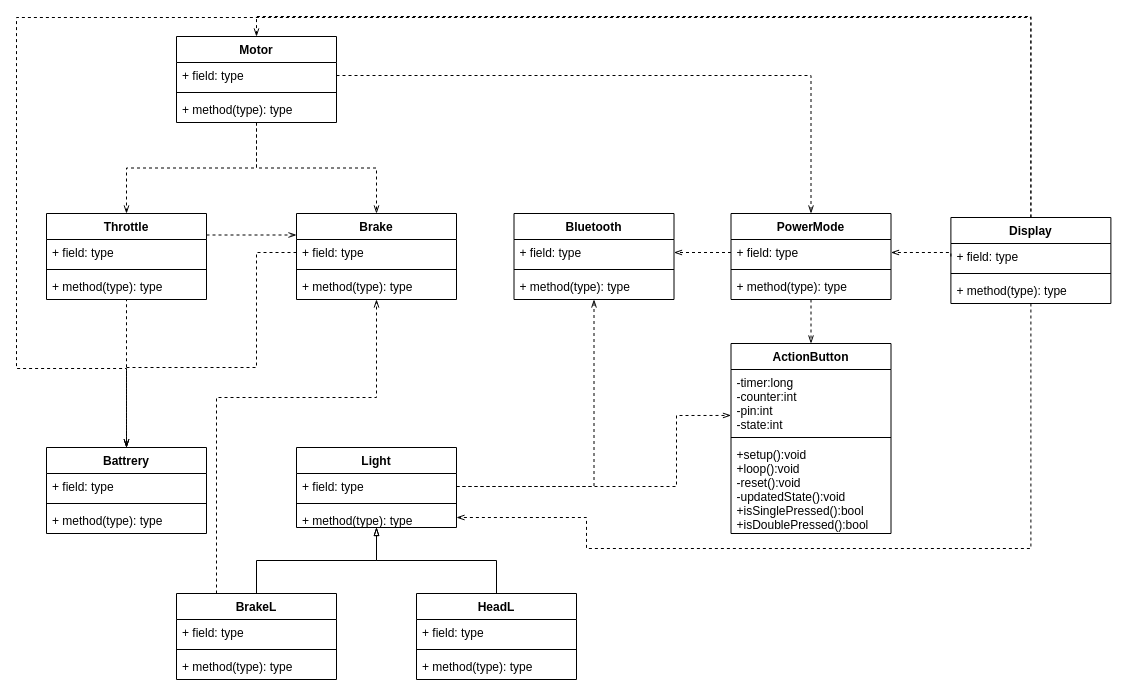
Before: doc/class diagram.drawio in LucasCoraca/M365-Unlocked, a draw.io diagram. Source tidied: cells renumbered, new cells numbered last; positions are measured from the earlier drawing's top-left corner, leaving out a move shared by most shapes. Both pictures are drawn from the tidied source at 100%, with x=0, y=0 at pixel (16, 17).
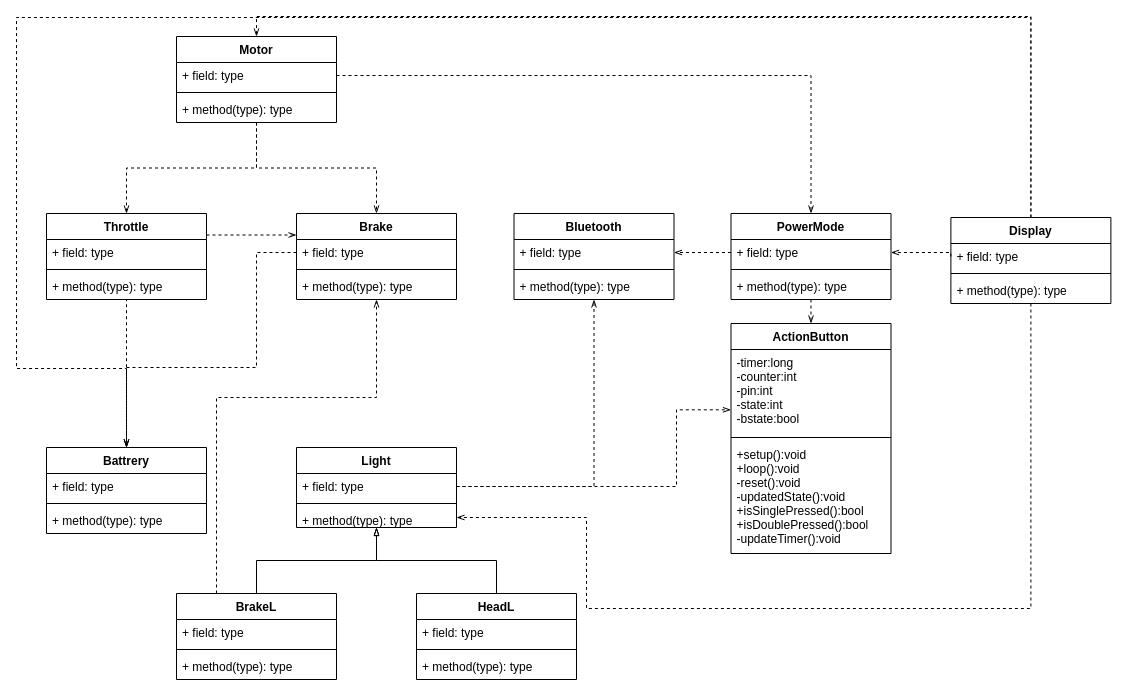
Above is the later version.

Unchanged cells that the change refers to:
```xml
<mxCell id="22" value="+ field: type" style="text;strokeColor=none;fillColor=none;align=left;verticalAlign=top;spacingLeft=4;spacingRight=4;overflow=hidden;points=[[0,0.5],[1,0.5]];portConstraint=eastwest;" parent="21" vertex="1">
  <mxGeometry y="26" width="160" height="26" as="geometry" />
</mxCell>
<mxCell id="24" value="+ method(type): type" style="text;strokeColor=none;fillColor=none;align=left;verticalAlign=top;spacingLeft=4;spacingRight=4;overflow=hidden;points=[[0,0.5],[1,0.5]];portConstraint=eastwest;" parent="21" vertex="1">
  <mxGeometry y="60" width="160" height="20" as="geometry" />
</mxCell>
<mxCell id="39" value="Display" style="swimlane;fontStyle=1;align=center;verticalAlign=top;horizontal=1;startSize=26;" parent="1" vertex="1">
  <mxGeometry x="934.4" y="200" width="160" height="86" as="geometry" />
</mxCell>
```

The edit, as a diff of the source:
```diff
@@
     <mxCell id="37" style="edgeStyle=orthogonalEdgeStyle;rounded=0;jettySize=auto;html=1;exitX=0.5;exitY=1;exitDx=0;exitDy=0;entryX=1;entryY=0.5;entryDx=0;entryDy=0;dashed=1;startArrow=none;startFill=0;endArrow=openThin;endFill=0;" parent="1" edge="1" source="39" target="24">
       <mxGeometry relative="1" as="geometry">
         <Array as="points">
-          <mxPoint x="1014" y="531" />
-          <mxPoint x="570" y="531" />
+          <mxPoint x="1014" y="591" />
+          <mxPoint x="570" y="591" />
           <mxPoint x="570" y="500" />
         </Array>
       </mxGeometry>
     </mxCell>
@@
     <mxCell id="49" value="ActionButton" style="swimlane;fontStyle=1;align=center;verticalAlign=top;horizontal=1;startSize=26;" parent="1" vertex="1">
-      <mxGeometry x="714.5" y="326" width="160" height="190" as="geometry" />
+      <mxGeometry x="714.5" y="306" width="160" height="230" as="geometry" />
     </mxCell>
-    <mxCell id="50" value="-timer:long&#10;-counter:int&#10;-pin:int&#10;-state:int&#10;" style="text;strokeColor=none;fillColor=none;align=left;verticalAlign=top;spacingLeft=4;spacingRight=4;overflow=hidden;points=[[0,0.5],[1,0.5]];portConstraint=eastwest;" parent="49" vertex="1">
-      <mxGeometry y="26" width="160" height="64" as="geometry" />
+    <mxCell id="50" value="-timer:long&#10;-counter:int&#10;-pin:int&#10;-state:int&#10;-bstate:bool" style="text;strokeColor=none;fillColor=none;align=left;verticalAlign=top;spacingLeft=4;spacingRight=4;overflow=hidden;points=[[0,0.5],[1,0.5]];portConstraint=eastwest;" parent="49" vertex="1">
+      <mxGeometry y="26" width="160" height="84" as="geometry" />
     </mxCell>
     <mxCell id="51" style="line;strokeWidth=1;fillColor=none;align=left;verticalAlign=middle;spacingTop=-1;spacingLeft=3;spacingRight=3;labelPosition=right;" parent="49" vertex="1">
-      <mxGeometry y="90" width="160" height="8" as="geometry" />
+      <mxGeometry y="110" width="160" height="8" as="geometry" />
     </mxCell>
-    <mxCell id="52" value="+setup():void&#10;+loop():void&#10;-reset():void&#10;-updatedState():void&#10;+isSinglePressed():bool&#10;+isDoublePressed():bool&#10;" style="text;strokeColor=none;fillColor=none;align=left;verticalAlign=top;spacingLeft=4;spacingRight=4;overflow=hidden;" parent="49" vertex="1">
-      <mxGeometry y="98" width="160" height="92" as="geometry" />
+    <mxCell id="52" value="+setup():void&#10;+loop():void&#10;-reset():void&#10;-updatedState():void&#10;+isSinglePressed():bool&#10;+isDoublePressed():bool&#10;-updateTimer():void" style="text;strokeColor=none;fillColor=none;align=left;verticalAlign=top;spacingLeft=4;spacingRight=4;overflow=hidden;" parent="49" vertex="1">
+      <mxGeometry y="118" width="160" height="112" as="geometry" />
     </mxCell>
@@
     <mxCell id="58" style="edgeStyle=orthogonalEdgeStyle;rounded=0;jettySize=auto;html=1;exitX=1;exitY=0.5;exitDx=0;exitDy=0;entryX=0;entryY=0.718;entryDx=0;entryDy=0;entryPerimeter=0;dashed=1;startArrow=none;startFill=0;endArrow=openThin;endFill=0;" parent="1" edge="1" source="22" target="50">
       <mxGeometry relative="1" as="geometry">
         <Array as="points">
           <mxPoint x="660" y="469" />
-          <mxPoint x="660" y="398" />
+          <mxPoint x="660" y="392" />
         </Array>
       </mxGeometry>
     </mxCell>
```
